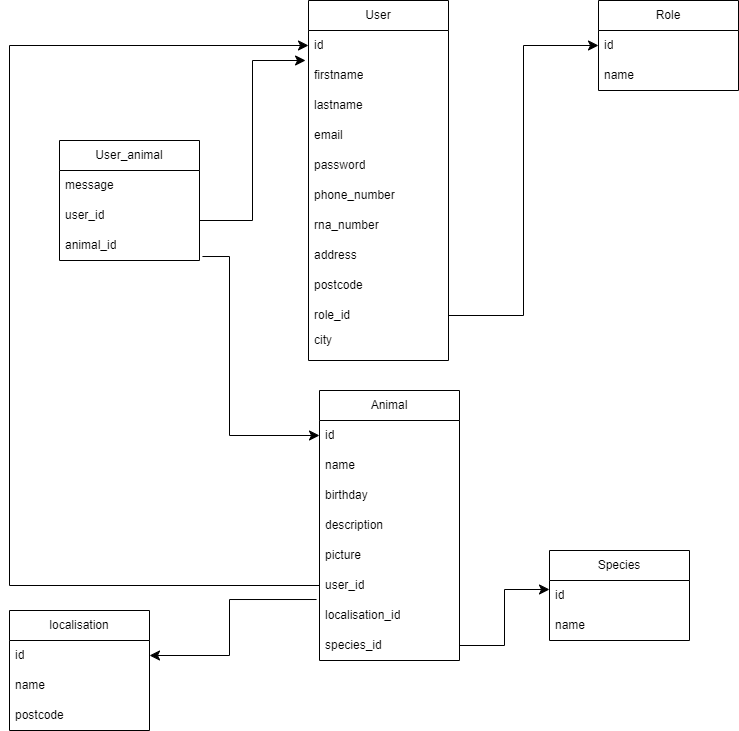
This is doc/mld.png from AmelMhdi/pet-foster, a draw.io export, as it was before one commit. Source tidied: cells renumbered, new cells last; positions are measured from the earlier drawing's top-left corner, leaving out a move shared by most shapes. Its diagram source:
```xml
<mxGraphModel>
  <root>
    <mxCell id="0" />
    <mxCell id="1" parent="0" />
    <mxCell id="2" value="User" style="swimlane;fontStyle=0;horizontal=1;startSize=30;whiteSpace=wrap;html=1;" parent="1" vertex="1">
      <mxGeometry x="299" width="140" height="360" as="geometry" />
    </mxCell>
    <mxCell id="3" value="id" style="text;strokeColor=none;fillColor=none;align=left;verticalAlign=middle;spacingLeft=4;spacingRight=4;overflow=hidden;points=[[0,0.5],[1,0.5]];portConstraint=eastwest;whiteSpace=wrap;html=1;fontStyle=0;" parent="2" vertex="1">
      <mxGeometry y="30" width="140" height="30" as="geometry" />
    </mxCell>
    <mxCell id="4" value="firstname" style="text;strokeColor=none;fillColor=none;align=left;verticalAlign=middle;spacingLeft=4;spacingRight=4;overflow=hidden;points=[[0,0.5],[1,0.5]];portConstraint=eastwest;whiteSpace=wrap;html=1;" parent="2" vertex="1">
      <mxGeometry y="60" width="140" height="30" as="geometry" />
    </mxCell>
    <mxCell id="5" value="lastname" style="text;strokeColor=none;fillColor=none;align=left;verticalAlign=middle;spacingLeft=4;spacingRight=4;overflow=hidden;whiteSpace=wrap;html=1;" parent="2" vertex="1">
      <mxGeometry y="90" width="140" height="30" as="geometry" />
    </mxCell>
    <mxCell id="6" value="email" style="text;strokeColor=none;fillColor=none;align=left;verticalAlign=middle;spacingLeft=4;spacingRight=4;overflow=hidden;whiteSpace=wrap;html=1;" parent="2" vertex="1">
      <mxGeometry y="120" width="140" height="30" as="geometry" />
    </mxCell>
    <mxCell id="7" value="password" style="text;strokeColor=none;fillColor=none;align=left;verticalAlign=middle;spacingLeft=4;spacingRight=4;overflow=hidden;whiteSpace=wrap;html=1;" parent="2" vertex="1">
      <mxGeometry y="150" width="140" height="30" as="geometry" />
    </mxCell>
    <mxCell id="8" value="phone_number" style="text;strokeColor=none;fillColor=none;align=left;verticalAlign=middle;spacingLeft=4;spacingRight=4;overflow=hidden;whiteSpace=wrap;html=1;" parent="2" vertex="1">
      <mxGeometry y="180" width="140" height="30" as="geometry" />
    </mxCell>
    <mxCell id="9" value="rna_number" style="text;strokeColor=none;fillColor=none;align=left;verticalAlign=middle;spacingLeft=4;spacingRight=4;overflow=hidden;whiteSpace=wrap;html=1;" parent="2" vertex="1">
      <mxGeometry y="210" width="140" height="30" as="geometry" />
    </mxCell>
    <mxCell id="10" value="address" style="text;strokeColor=none;fillColor=none;align=left;verticalAlign=middle;spacingLeft=4;spacingRight=4;overflow=hidden;whiteSpace=wrap;html=1;" parent="2" vertex="1">
      <mxGeometry y="240" width="140" height="30" as="geometry" />
    </mxCell>
    <mxCell id="11" value="postcode" style="text;strokeColor=none;fillColor=none;align=left;verticalAlign=middle;spacingLeft=4;spacingRight=4;overflow=hidden;whiteSpace=wrap;html=1;" parent="2" vertex="1">
      <mxGeometry y="270" width="140" height="30" as="geometry" />
    </mxCell>
    <mxCell id="12" value="role_id" style="text;strokeColor=none;fillColor=none;align=left;verticalAlign=middle;spacingLeft=4;spacingRight=4;overflow=hidden;points=[[0,0.5],[1,0.5]];portConstraint=eastwest;whiteSpace=wrap;html=1;" parent="2" vertex="1">
      <mxGeometry y="300" width="140" height="30" as="geometry" />
    </mxCell>
    <mxCell id="13" value="city&lt;div&gt;&lt;br&gt;&lt;/div&gt;" style="text;strokeColor=none;fillColor=none;align=left;verticalAlign=middle;spacingLeft=4;spacingRight=4;overflow=hidden;whiteSpace=wrap;html=1;" parent="2" vertex="1">
      <mxGeometry y="330" width="140" height="30" as="geometry" />
    </mxCell>
    <mxCell id="14" value="Role" style="swimlane;fontStyle=0;horizontal=1;startSize=30;whiteSpace=wrap;html=1;" parent="1" vertex="1">
      <mxGeometry x="589" width="140" height="90" as="geometry" />
    </mxCell>
    <mxCell id="15" value="id" style="text;strokeColor=none;fillColor=none;align=left;verticalAlign=middle;spacingLeft=4;spacingRight=4;overflow=hidden;points=[[0,0.5],[1,0.5]];portConstraint=eastwest;whiteSpace=wrap;html=1;fontStyle=0;" parent="14" vertex="1">
      <mxGeometry y="30" width="140" height="30" as="geometry" />
    </mxCell>
    <mxCell id="16" value="name" style="text;strokeColor=none;fillColor=none;align=left;verticalAlign=middle;spacingLeft=4;spacingRight=4;overflow=hidden;whiteSpace=wrap;html=1;" parent="14" vertex="1">
      <mxGeometry y="60" width="140" height="30" as="geometry" />
    </mxCell>
    <mxCell id="17" value="Animal" style="swimlane;fontStyle=0;horizontal=1;startSize=30;whiteSpace=wrap;html=1;" parent="1" vertex="1">
      <mxGeometry x="310" y="390" width="140" height="270" as="geometry" />
    </mxCell>
    <mxCell id="18" value="id" style="text;strokeColor=none;fillColor=none;align=left;verticalAlign=middle;spacingLeft=4;spacingRight=4;overflow=hidden;points=[[0,0.5],[1,0.5]];portConstraint=eastwest;whiteSpace=wrap;html=1;fontStyle=0;" parent="17" vertex="1">
      <mxGeometry y="30" width="140" height="30" as="geometry" />
    </mxCell>
    <mxCell id="19" value="name" style="text;strokeColor=none;fillColor=none;align=left;verticalAlign=middle;spacingLeft=4;spacingRight=4;overflow=hidden;whiteSpace=wrap;html=1;" parent="17" vertex="1">
      <mxGeometry y="60" width="140" height="30" as="geometry" />
    </mxCell>
    <mxCell id="20" value="birthday" style="text;strokeColor=none;fillColor=none;align=left;verticalAlign=middle;spacingLeft=4;spacingRight=4;overflow=hidden;whiteSpace=wrap;html=1;" parent="17" vertex="1">
      <mxGeometry y="90" width="140" height="30" as="geometry" />
    </mxCell>
    <mxCell id="21" value="description" style="text;strokeColor=none;fillColor=none;align=left;verticalAlign=middle;spacingLeft=4;spacingRight=4;overflow=hidden;whiteSpace=wrap;html=1;" parent="17" vertex="1">
      <mxGeometry y="120" width="140" height="30" as="geometry" />
    </mxCell>
    <mxCell id="22" value="picture" style="text;strokeColor=none;fillColor=none;align=left;verticalAlign=middle;spacingLeft=4;spacingRight=4;overflow=hidden;whiteSpace=wrap;html=1;" parent="17" vertex="1">
      <mxGeometry y="150" width="140" height="30" as="geometry" />
    </mxCell>
    <mxCell id="23" value="user_id" style="text;strokeColor=none;fillColor=none;align=left;verticalAlign=middle;spacingLeft=4;spacingRight=4;overflow=hidden;points=[[0,0.5],[1,0.5]];portConstraint=eastwest;whiteSpace=wrap;html=1;" parent="17" vertex="1">
      <mxGeometry y="180" width="140" height="30" as="geometry" />
    </mxCell>
    <mxCell id="24" value="localisation_id" style="text;strokeColor=none;fillColor=none;align=left;verticalAlign=middle;spacingLeft=4;spacingRight=4;overflow=hidden;points=[[0,0.5],[1,0.5]];portConstraint=eastwest;whiteSpace=wrap;html=1;" parent="17" vertex="1">
      <mxGeometry y="210" width="140" height="30" as="geometry" />
    </mxCell>
    <mxCell id="25" value="species_id" style="text;strokeColor=none;fillColor=none;align=left;verticalAlign=middle;spacingLeft=4;spacingRight=4;overflow=hidden;points=[[0,0.5],[1,0.5]];portConstraint=eastwest;whiteSpace=wrap;html=1;" parent="17" vertex="1">
      <mxGeometry y="240" width="140" height="30" as="geometry" />
    </mxCell>
    <mxCell id="26" style="edgeStyle=elbowEdgeStyle;elbow=horizontal;endArrow=classic;html=1;curved=0;rounded=0;endSize=8;startSize=8;entryX=0;entryY=0.5;entryDx=0;entryDy=0;exitX=1;exitY=0.5;exitDx=0;exitDy=0;" parent="1" edge="1" source="12" target="15">
      <mxGeometry relative="1" as="geometry" />
    </mxCell>
    <mxCell id="27" style="edgeStyle=elbowEdgeStyle;elbow=horizontal;endArrow=classic;html=1;curved=0;rounded=0;endSize=8;startSize=8;entryX=0;entryY=0.5;entryDx=0;entryDy=0;exitX=0;exitY=0.5;exitDx=0;exitDy=0;" parent="1" edge="1" source="23" target="3">
      <mxGeometry relative="1" as="geometry">
        <Array as="points">
          <mxPoint y="250" />
        </Array>
      </mxGeometry>
    </mxCell>
    <mxCell id="28" value="Species" style="swimlane;fontStyle=0;horizontal=1;startSize=30;whiteSpace=wrap;html=1;" parent="1" vertex="1">
      <mxGeometry x="540" y="550" width="140" height="90" as="geometry" />
    </mxCell>
    <mxCell id="29" value="id" style="text;strokeColor=none;fillColor=none;align=left;verticalAlign=middle;spacingLeft=4;spacingRight=4;overflow=hidden;points=[[0,0.5],[1,0.5]];portConstraint=eastwest;whiteSpace=wrap;html=1;fontStyle=0;" parent="28" vertex="1">
      <mxGeometry y="30" width="140" height="30" as="geometry" />
    </mxCell>
    <mxCell id="30" value="name" style="text;strokeColor=none;fillColor=none;align=left;verticalAlign=middle;spacingLeft=4;spacingRight=4;overflow=hidden;whiteSpace=wrap;html=1;" parent="28" vertex="1">
      <mxGeometry y="60" width="140" height="30" as="geometry" />
    </mxCell>
    <mxCell id="31" value="localisation" style="swimlane;fontStyle=0;horizontal=1;startSize=30;whiteSpace=wrap;html=1;" parent="1" vertex="1">
      <mxGeometry y="610" width="140" height="120" as="geometry" />
    </mxCell>
    <mxCell id="32" value="id" style="text;strokeColor=none;fillColor=none;align=left;verticalAlign=middle;spacingLeft=4;spacingRight=4;overflow=hidden;points=[[0,0.5],[1,0.5]];portConstraint=eastwest;whiteSpace=wrap;html=1;fontStyle=0;" parent="31" vertex="1">
      <mxGeometry y="30" width="140" height="30" as="geometry" />
    </mxCell>
    <mxCell id="33" value="name" style="text;strokeColor=none;fillColor=none;align=left;verticalAlign=middle;spacingLeft=4;spacingRight=4;overflow=hidden;whiteSpace=wrap;html=1;" parent="31" vertex="1">
      <mxGeometry y="60" width="140" height="30" as="geometry" />
    </mxCell>
    <mxCell id="34" value="postcode" style="text;strokeColor=none;fillColor=none;align=left;verticalAlign=middle;spacingLeft=4;spacingRight=4;overflow=hidden;whiteSpace=wrap;html=1;" parent="31" vertex="1">
      <mxGeometry y="90" width="140" height="30" as="geometry" />
    </mxCell>
    <mxCell id="35" style="edgeStyle=elbowEdgeStyle;elbow=horizontal;endArrow=classic;html=1;curved=0;rounded=0;endSize=8;startSize=8;exitX=-0.021;exitY=-0.033;exitDx=0;exitDy=0;entryX=1;entryY=0.5;entryDx=0;entryDy=0;exitPerimeter=0;" parent="1" edge="1" source="24" target="32">
      <mxGeometry relative="1" as="geometry">
        <Array as="points">
          <mxPoint x="220" y="600" />
        </Array>
      </mxGeometry>
    </mxCell>
    <mxCell id="36" style="edgeStyle=elbowEdgeStyle;elbow=horizontal;endArrow=classic;html=1;curved=0;rounded=0;endSize=8;startSize=8;entryX=0.036;entryY=0.3;entryDx=0;entryDy=0;entryPerimeter=0;exitX=1;exitY=0.5;exitDx=0;exitDy=0;" parent="1" edge="1" source="25">
      <mxGeometry relative="1" as="geometry">
        <mxPoint x="540" y="589" as="targetPoint" />
      </mxGeometry>
    </mxCell>
    <mxCell id="37" value="User_animal" style="swimlane;fontStyle=0;horizontal=1;startSize=30;whiteSpace=wrap;html=1;" parent="1" vertex="1">
      <mxGeometry x="50" y="140" width="140" height="120" as="geometry" />
    </mxCell>
    <mxCell id="38" value="message" style="text;strokeColor=none;fillColor=none;align=left;verticalAlign=middle;spacingLeft=4;spacingRight=4;overflow=hidden;whiteSpace=wrap;html=1;" parent="37" vertex="1">
      <mxGeometry y="30" width="140" height="30" as="geometry" />
    </mxCell>
    <mxCell id="39" value="user_id" style="text;strokeColor=none;fillColor=none;align=left;verticalAlign=middle;spacingLeft=4;spacingRight=4;overflow=hidden;whiteSpace=wrap;html=1;" parent="37" vertex="1">
      <mxGeometry y="60" width="140" height="30" as="geometry" />
    </mxCell>
    <mxCell id="40" value="animal_id" style="text;strokeColor=none;fillColor=none;align=left;verticalAlign=middle;spacingLeft=4;spacingRight=4;overflow=hidden;points=[[0,0.5],[1,0.5]];portConstraint=eastwest;whiteSpace=wrap;html=1;" parent="37" vertex="1">
      <mxGeometry y="90" width="140" height="30" as="geometry" />
    </mxCell>
    <mxCell id="41" style="edgeStyle=elbowEdgeStyle;elbow=horizontal;endArrow=classic;html=1;curved=0;rounded=0;endSize=8;startSize=8;entryX=-0.021;entryY=0;entryDx=0;entryDy=0;entryPerimeter=0;" parent="1" edge="1" target="4">
      <mxGeometry relative="1" as="geometry">
        <mxPoint x="190" y="220" as="sourcePoint" />
      </mxGeometry>
    </mxCell>
    <mxCell id="42" style="edgeStyle=elbowEdgeStyle;elbow=horizontal;endArrow=classic;html=1;curved=0;rounded=0;endSize=8;startSize=8;entryX=0;entryY=0.5;entryDx=0;entryDy=0;exitX=1.021;exitY=0.867;exitDx=0;exitDy=0;exitPerimeter=0;" parent="1" edge="1" source="40" target="18">
      <mxGeometry relative="1" as="geometry">
        <Array as="points">
          <mxPoint x="220" y="240" />
        </Array>
      </mxGeometry>
    </mxCell>
  </root>
</mxGraphModel>
```
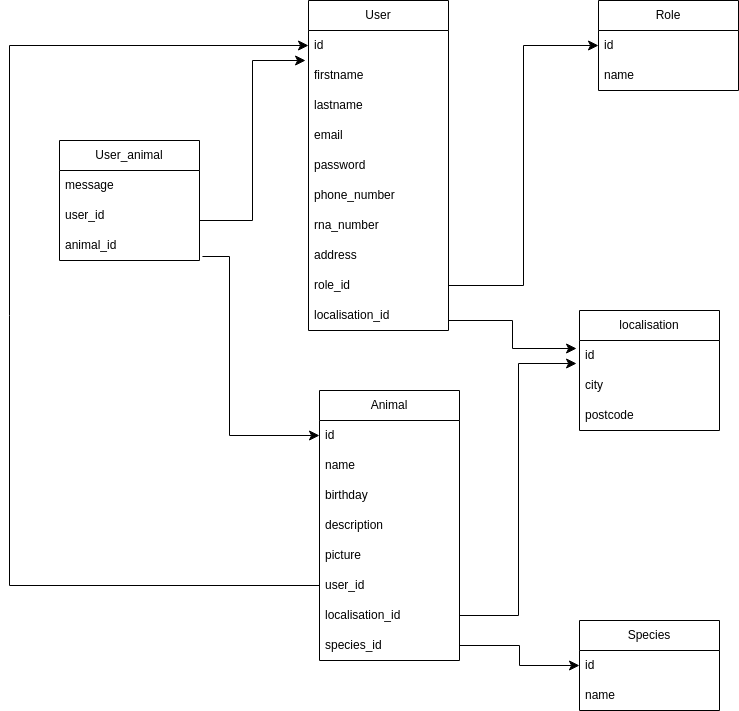
After the change.

Change to the diagram source:
```diff
@@ -3,7 +3,7 @@
     <mxCell id="0" />
     <mxCell id="1" parent="0" />
     <mxCell id="2" value="User" style="swimlane;fontStyle=0;horizontal=1;startSize=30;whiteSpace=wrap;html=1;" parent="1" vertex="1">
-      <mxGeometry x="299" width="140" height="360" as="geometry" />
+      <mxGeometry x="299" width="140" height="330" as="geometry" />
     </mxCell>
     <mxCell id="3" value="id" style="text;strokeColor=none;fillColor=none;align=left;verticalAlign=middle;spacingLeft=4;spacingRight=4;overflow=hidden;points=[[0,0.5],[1,0.5]];portConstraint=eastwest;whiteSpace=wrap;html=1;fontStyle=0;" parent="2" vertex="1">
       <mxGeometry y="30" width="140" height="30" as="geometry" />
@@ -29,15 +29,12 @@
     <mxCell id="10" value="address" style="text;strokeColor=none;fillColor=none;align=left;verticalAlign=middle;spacingLeft=4;spacingRight=4;overflow=hidden;whiteSpace=wrap;html=1;" parent="2" vertex="1">
       <mxGeometry y="240" width="140" height="30" as="geometry" />
     </mxCell>
-    <mxCell id="11" value="postcode" style="text;strokeColor=none;fillColor=none;align=left;verticalAlign=middle;spacingLeft=4;spacingRight=4;overflow=hidden;whiteSpace=wrap;html=1;" parent="2" vertex="1">
-      <mxGeometry y="270" width="140" height="30" as="geometry" />
-    </mxCell>
     <mxCell id="12" value="role_id" style="text;strokeColor=none;fillColor=none;align=left;verticalAlign=middle;spacingLeft=4;spacingRight=4;overflow=hidden;points=[[0,0.5],[1,0.5]];portConstraint=eastwest;whiteSpace=wrap;html=1;" parent="2" vertex="1">
-      <mxGeometry y="300" width="140" height="30" as="geometry" />
+      <mxGeometry y="270" width="140" height="30" as="geometry" />
     </mxCell>
-    <mxCell id="13" value="city&lt;div&gt;&lt;br&gt;&lt;/div&gt;" style="text;strokeColor=none;fillColor=none;align=left;verticalAlign=middle;spacingLeft=4;spacingRight=4;overflow=hidden;whiteSpace=wrap;html=1;" parent="2" vertex="1">
-      <mxGeometry y="330" width="140" height="30" as="geometry" />
-    </mxCell>
+    <mxCell id="43" value="localisation_id" style="text;strokeColor=none;fillColor=none;align=left;verticalAlign=middle;spacingLeft=4;spacingRight=4;overflow=hidden;whiteSpace=wrap;html=1;" parent="2" vertex="1">
+      <mxGeometry y="300" width="140" height="30" as="geometry" />
+    </mxCell>
     <mxCell id="14" value="Role" style="swimlane;fontStyle=0;horizontal=1;startSize=30;whiteSpace=wrap;html=1;" parent="1" vertex="1">
       <mxGeometry x="589" width="140" height="90" as="geometry" />
     </mxCell>
@@ -85,7 +82,7 @@
       </mxGeometry>
     </mxCell>
     <mxCell id="28" value="Species" style="swimlane;fontStyle=0;horizontal=1;startSize=30;whiteSpace=wrap;html=1;" parent="1" vertex="1">
-      <mxGeometry x="540" y="550" width="140" height="90" as="geometry" />
+      <mxGeometry x="570" y="620" width="140" height="90" as="geometry" />
     </mxCell>
     <mxCell id="29" value="id" style="text;strokeColor=none;fillColor=none;align=left;verticalAlign=middle;spacingLeft=4;spacingRight=4;overflow=hidden;points=[[0,0.5],[1,0.5]];portConstraint=eastwest;whiteSpace=wrap;html=1;fontStyle=0;" parent="28" vertex="1">
       <mxGeometry y="30" width="140" height="30" as="geometry" />
@@ -94,28 +91,19 @@
       <mxGeometry y="60" width="140" height="30" as="geometry" />
     </mxCell>
     <mxCell id="31" value="localisation" style="swimlane;fontStyle=0;horizontal=1;startSize=30;whiteSpace=wrap;html=1;" parent="1" vertex="1">
-      <mxGeometry y="610" width="140" height="120" as="geometry" />
+      <mxGeometry x="570" y="310" width="140" height="120" as="geometry" />
     </mxCell>
     <mxCell id="32" value="id" style="text;strokeColor=none;fillColor=none;align=left;verticalAlign=middle;spacingLeft=4;spacingRight=4;overflow=hidden;points=[[0,0.5],[1,0.5]];portConstraint=eastwest;whiteSpace=wrap;html=1;fontStyle=0;" parent="31" vertex="1">
       <mxGeometry y="30" width="140" height="30" as="geometry" />
     </mxCell>
-    <mxCell id="33" value="name" style="text;strokeColor=none;fillColor=none;align=left;verticalAlign=middle;spacingLeft=4;spacingRight=4;overflow=hidden;whiteSpace=wrap;html=1;" parent="31" vertex="1">
+    <mxCell id="33" value="city" style="text;strokeColor=none;fillColor=none;align=left;verticalAlign=middle;spacingLeft=4;spacingRight=4;overflow=hidden;whiteSpace=wrap;html=1;" parent="31" vertex="1">
       <mxGeometry y="60" width="140" height="30" as="geometry" />
     </mxCell>
     <mxCell id="34" value="postcode" style="text;strokeColor=none;fillColor=none;align=left;verticalAlign=middle;spacingLeft=4;spacingRight=4;overflow=hidden;whiteSpace=wrap;html=1;" parent="31" vertex="1">
       <mxGeometry y="90" width="140" height="30" as="geometry" />
     </mxCell>
-    <mxCell id="35" style="edgeStyle=elbowEdgeStyle;elbow=horizontal;endArrow=classic;html=1;curved=0;rounded=0;endSize=8;startSize=8;exitX=-0.021;exitY=-0.033;exitDx=0;exitDy=0;entryX=1;entryY=0.5;entryDx=0;entryDy=0;exitPerimeter=0;" parent="1" edge="1" source="24" target="32">
-      <mxGeometry relative="1" as="geometry">
-        <Array as="points">
-          <mxPoint x="220" y="600" />
-        </Array>
-      </mxGeometry>
-    </mxCell>
-    <mxCell id="36" style="edgeStyle=elbowEdgeStyle;elbow=horizontal;endArrow=classic;html=1;curved=0;rounded=0;endSize=8;startSize=8;entryX=0.036;entryY=0.3;entryDx=0;entryDy=0;entryPerimeter=0;exitX=1;exitY=0.5;exitDx=0;exitDy=0;" parent="1" edge="1" source="25">
-      <mxGeometry relative="1" as="geometry">
-        <mxPoint x="540" y="589" as="targetPoint" />
-      </mxGeometry>
+    <mxCell id="36" style="edgeStyle=elbowEdgeStyle;elbow=horizontal;endArrow=classic;html=1;curved=0;rounded=0;endSize=8;startSize=8;entryX=0;entryY=0.5;entryDx=0;entryDy=0;exitX=1;exitY=0.5;exitDx=0;exitDy=0;" parent="1" edge="1" source="25" target="29">
+      <mxGeometry relative="1" as="geometry" />
     </mxCell>
     <mxCell id="37" value="User_animal" style="swimlane;fontStyle=0;horizontal=1;startSize=30;whiteSpace=wrap;html=1;" parent="1" vertex="1">
       <mxGeometry x="50" y="140" width="140" height="120" as="geometry" />
@@ -141,5 +129,13 @@
         </Array>
       </mxGeometry>
     </mxCell>
+    <mxCell id="35" style="edgeStyle=elbowEdgeStyle;elbow=horizontal;endArrow=classic;html=1;curved=0;rounded=0;endSize=8;startSize=8;exitX=1;exitY=0.5;exitDx=0;exitDy=0;entryX=-0.021;entryY=0.767;entryDx=0;entryDy=0;entryPerimeter=0;" parent="1" edge="1" source="24" target="32">
+      <mxGeometry relative="1" as="geometry" />
+    </mxCell>
+    <mxCell id="44" style="edgeStyle=elbowEdgeStyle;elbow=horizontal;endArrow=classic;html=1;curved=0;rounded=0;endSize=8;startSize=8;entryX=-0.021;entryY=0.267;entryDx=0;entryDy=0;entryPerimeter=0;" parent="1" edge="1" target="32">
+      <mxGeometry relative="1" as="geometry">
+        <mxPoint x="439" y="320" as="sourcePoint" />
+      </mxGeometry>
+    </mxCell>
   </root>
 </mxGraphModel>
```
